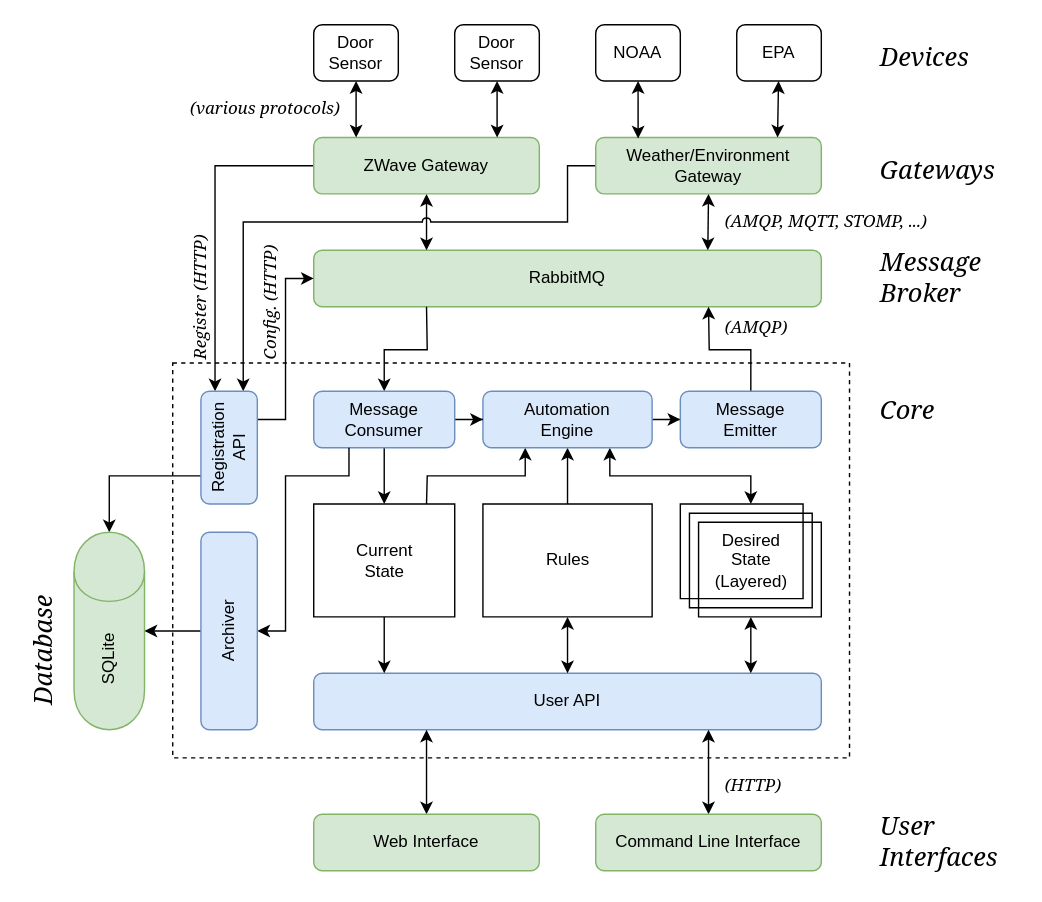
Earlier version of the draw.io diagram docs/architecture.drawio (mikecamilleri/tilde). Source tidied: cells renumbered, new cells numbered last; positions are measured from the earlier drawing's top-left corner, leaving out a move shared by most shapes. Both pictures are drawn from the tidied source at 141%, with x=0, y=0 at pixel (-25, 24).
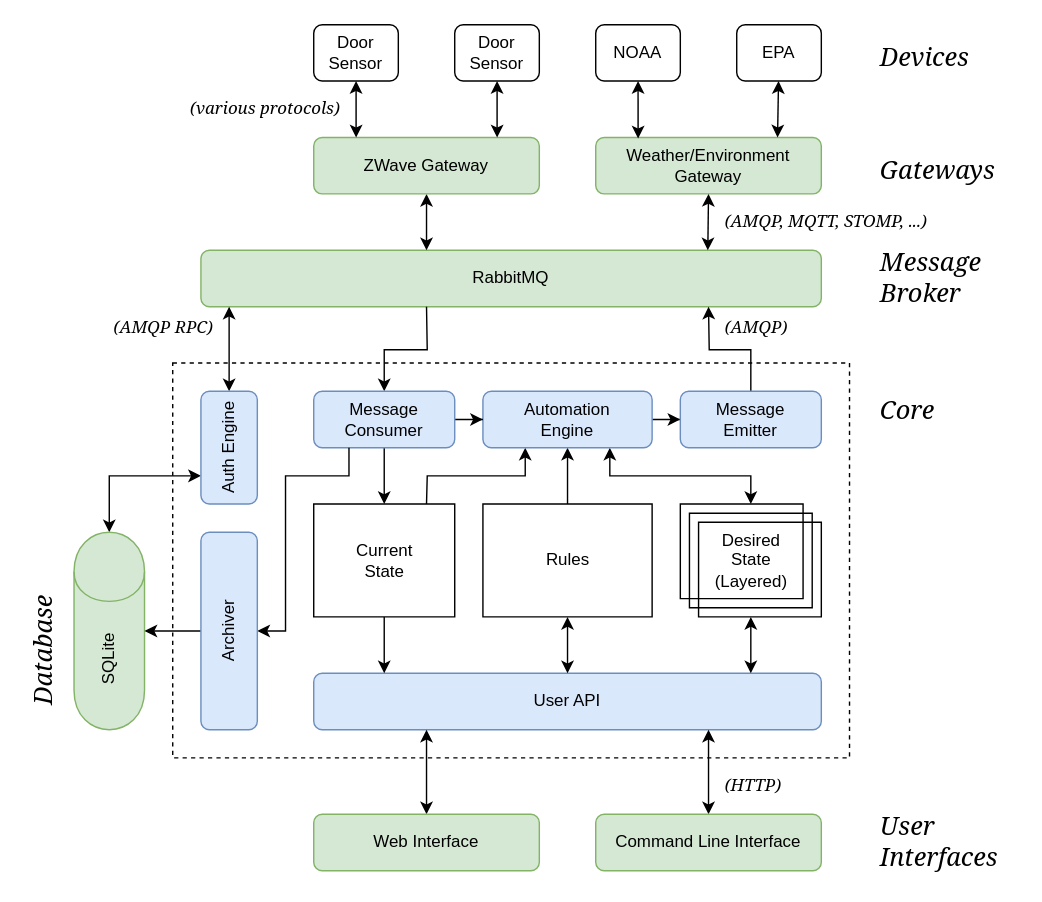
The same diagram, later.

Commit message (it also covers changes not shown here):
do gateway-core pairing via RabbitMQ instead of HTTP side channel

Unchanged cells that the change refers to:
```xml
<mxCell id="22" value="ZWave Gateway&lt;br&gt;" style="rounded=1;whiteSpace=wrap;html=1;fillColor=#d5e8d4;strokeColor=#82b366;" parent="1" vertex="1">
  <mxGeometry x="240" y="80" width="160" height="40" as="geometry" />
</mxCell>
<mxCell id="28" value="Weather/Environment Gateway&lt;br&gt;" style="rounded=1;whiteSpace=wrap;html=1;fillColor=#d5e8d4;strokeColor=#82b366;" parent="1" vertex="1">
  <mxGeometry x="440" y="80" width="160" height="40" as="geometry" />
</mxCell>
<mxCell id="53" value="SQLite" style="shape=cylinder;whiteSpace=wrap;html=1;boundedLbl=1;backgroundOutline=1;align=center;horizontal=0;fillColor=#d5e8d4;strokeColor=#82b366;" parent="1" vertex="1">
  <mxGeometry x="70" y="360" width="50" height="140" as="geometry" />
</mxCell>
```

What changed in the source:
```diff
@@
     <mxCell id="3" value="RabbitMQ" style="rounded=1;whiteSpace=wrap;html=1;fillColor=#d5e8d4;strokeColor=#82b366;" parent="1" vertex="1">
-      <mxGeometry x="240" y="160" width="360" height="40" as="geometry" />
+      <mxGeometry x="160" y="160" width="440" height="40" as="geometry" />
     </mxCell>
@@
-    <mxCell id="21" style="edgeStyle=orthogonalEdgeStyle;rounded=0;jumpStyle=arc;jettySize=auto;html=1;exitX=0;exitY=0.5;exitDx=0;exitDy=0;entryX=0.25;entryY=0;entryDx=0;entryDy=0;" parent="1" edge="1" source="22" target="50">
-      <mxGeometry relative="1" as="geometry" />
-    </mxCell>
@@
-    <mxCell id="27" style="edgeStyle=orthogonalEdgeStyle;rounded=0;jumpStyle=arc;jettySize=auto;html=1;exitX=0;exitY=0.5;exitDx=0;exitDy=0;entryX=0.75;entryY=0;entryDx=0;entryDy=0;" parent="1" edge="1" source="28" target="50">
-      <mxGeometry relative="1" as="geometry">
-        <Array as="points">
-          <mxPoint x="420" y="100" />
-          <mxPoint x="420" y="140" />
-          <mxPoint x="190" y="140" />
-        </Array>
-      </mxGeometry>
-    </mxCell>
@@
-    <mxCell id="48" style="edgeStyle=orthogonalEdgeStyle;rounded=0;jettySize=auto;html=1;exitX=1;exitY=0.25;exitDx=0;exitDy=0;entryX=0;entryY=0.5;entryDx=0;entryDy=0;" parent="1" edge="1" source="50" target="3">
-      <mxGeometry relative="1" as="geometry" />
-    </mxCell>
-    <mxCell id="49" style="edgeStyle=orthogonalEdgeStyle;rounded=0;jumpStyle=arc;jettySize=auto;html=1;exitX=0;exitY=0.75;exitDx=0;exitDy=0;entryX=0.5;entryY=0;entryDx=0;entryDy=0;" parent="1" edge="1" source="50" target="53">
+    <mxCell id="49" style="edgeStyle=orthogonalEdgeStyle;rounded=0;jumpStyle=arc;jettySize=auto;html=1;exitX=0;exitY=0.75;exitDx=0;exitDy=0;entryX=0.5;entryY=0;entryDx=0;entryDy=0;startArrow=classic;startFill=1;" parent="1" edge="1" source="50" target="53">
       <mxGeometry relative="1" as="geometry">
         <Array as="points">
           <mxPoint x="95" y="320" />
         </Array>
       </mxGeometry>
     </mxCell>
+    <mxCell id="60" style="edgeStyle=orthogonalEdgeStyle;rounded=0;jettySize=auto;html=1;startArrow=classic;startFill=1;" parent="1" edge="1" source="50">
+      <mxGeometry relative="1" as="geometry">
+        <mxPoint x="180" y="200" as="targetPoint" />
+      </mxGeometry>
+    </mxCell>
-    <mxCell id="50" value="Registration API" style="rounded=1;whiteSpace=wrap;html=1;fillColor=#dae8fc;align=center;strokeColor=#6c8ebf;horizontal=0;" parent="1" vertex="1">
+    <mxCell id="50" value="Auth Engine" style="rounded=1;whiteSpace=wrap;html=1;fillColor=#dae8fc;align=center;strokeColor=#6c8ebf;horizontal=0;" parent="1" vertex="1">
       <mxGeometry x="160" y="260" width="40" height="80" as="geometry" />
     </mxCell>
@@
-    <mxCell id="52" value="&lt;font face=&quot;Georgia&quot; style=&quot;font-size: 12px&quot;&gt;&lt;i&gt;Register (HTTP)&lt;/i&gt;&lt;/font&gt;" style="text;html=1;align=left;verticalAlign=middle;rotation=-90;" parent="1" vertex="1">
-      <mxGeometry x="110" y="180" width="100" height="20" as="geometry" />
-    </mxCell>
@@
-    <mxCell id="55" value="&lt;font face=&quot;Georgia&quot; style=&quot;font-size: 12px&quot;&gt;&lt;i&gt;Config. (HTTP)&lt;/i&gt;&lt;/font&gt;" style="text;html=1;align=left;verticalAlign=middle;rotation=-90;" parent="1" vertex="1">
-      <mxGeometry x="160" y="180" width="100" height="20" as="geometry" />
-    </mxCell>
@@
+    <mxCell id="61" value="&lt;font face=&quot;Georgia&quot; style=&quot;font-size: 12px&quot;&gt;&lt;i&gt;(AMQP RPC)&lt;/i&gt;&lt;/font&gt;" style="text;html=1;align=right;verticalAlign=middle;" parent="1" vertex="1">
+      <mxGeometry x="80" y="205" width="90" height="20" as="geometry" />
+    </mxCell>
```
